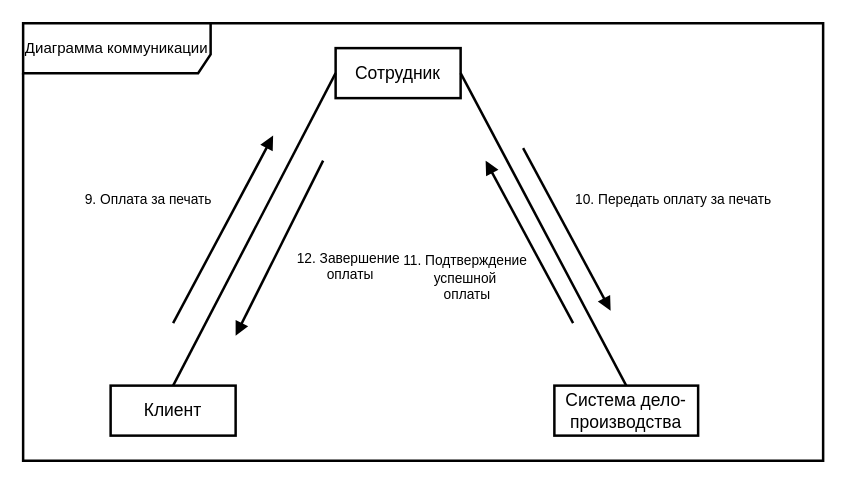
Helpmepleaseitishard/Aikms keeps this draw.io diagram as page "Page-3" (3 of 3) of 1.drawio. Above is the earlier version. Source tidied: cells renumbered, new cells numbered last; positions are measured from the earlier drawing's top-left corner, leaving out a move shared by most shapes. Both pictures are drawn from the tidied source at 125%, with x=0, y=0 at pixel (22, 22).
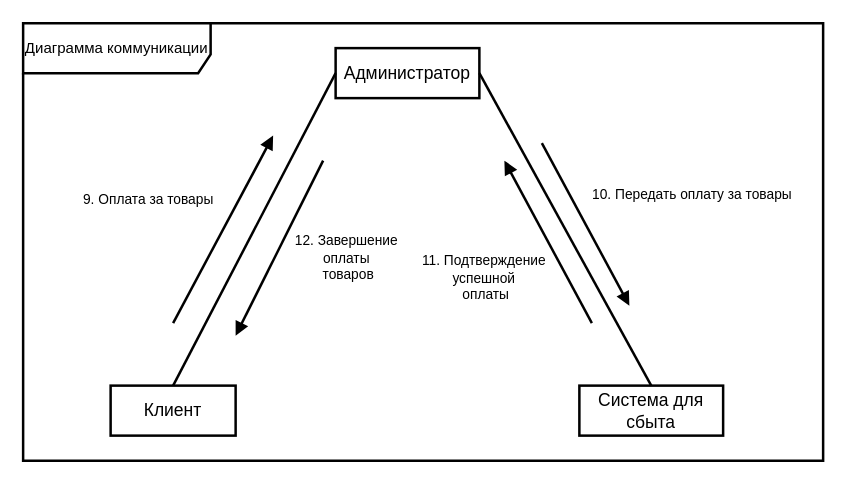
The same diagram, later.

Diff of the diagram source:
```diff
@@
 <mxGraphModel>
   <root>
     <mxCell id="0" />
     <mxCell id="1" parent="0" />
     <mxCell id="2" value="Клиент" style="html=1;whiteSpace=wrap;strokeWidth=2;fontSize=14;" parent="1" vertex="1">
       <mxGeometry x="70" y="290" width="100" height="40" as="geometry" />
     </mxCell>
-    <mxCell id="3" value="Сотрудник" style="html=1;whiteSpace=wrap;strokeWidth=2;fontSize=14;" parent="1" vertex="1">
-      <mxGeometry x="250" y="20" width="100" height="40" as="geometry" />
+    <mxCell id="3" value="Администратор" style="html=1;whiteSpace=wrap;strokeWidth=2;fontSize=14;" parent="1" vertex="1">
+      <mxGeometry x="250" y="20" width="115" height="40" as="geometry" />
     </mxCell>
-    <mxCell id="4" value="Система дело-производства" style="html=1;whiteSpace=wrap;strokeWidth=2;fontSize=14;" parent="1" vertex="1">
-      <mxGeometry x="425" y="290" width="115" height="40" as="geometry" />
+    <mxCell id="4" value="Система для сбыта" style="html=1;whiteSpace=wrap;strokeWidth=2;fontSize=14;" parent="1" vertex="1">
+      <mxGeometry x="445" y="290" width="115" height="40" as="geometry" />
     </mxCell>
     <mxCell id="5" style="html=1;verticalAlign=bottom;endArrow=none;curved=0;rounded=0;strokeWidth=2;startFill=0;entryX=0;entryY=0.5;entryDx=0;entryDy=0;exitX=0.5;exitY=0;exitDx=0;exitDy=0;" parent="1" edge="1" source="2" target="3">
       <mxGeometry relative="1" as="geometry" />
     </mxCell>
     <mxCell id="6" style="html=1;verticalAlign=bottom;endArrow=none;curved=0;rounded=0;strokeWidth=2;startFill=0;entryX=1;entryY=0.5;entryDx=0;entryDy=0;exitX=0.5;exitY=0;exitDx=0;exitDy=0;" parent="1" edge="1" source="4" target="3">
       <mxGeometry relative="1" as="geometry" />
     </mxCell>
-    <mxCell id="7" value="9. Оплата за печать" style="html=1;verticalAlign=bottom;endArrow=block;curved=0;rounded=0;strokeWidth=2;startFill=0;exitX=0.5;exitY=0;exitDx=0;exitDy=0;endFill=1;" parent="1" edge="1">
+    <mxCell id="7" value="9. Оплата за товары" style="html=1;verticalAlign=bottom;endArrow=block;curved=0;rounded=0;strokeWidth=2;startFill=0;exitX=0.5;exitY=0;exitDx=0;exitDy=0;endFill=1;" parent="1" edge="1">
       <mxGeometry x="-0.18" y="60" relative="1" as="geometry">
         <mxPoint x="120" y="240" as="sourcePoint" />
         <mxPoint x="200" y="90" as="targetPoint" />
       </mxGeometry>
     </mxCell>
-    <mxCell id="8" value="10. Передать оплату за печать" style="html=1;verticalAlign=bottom;endArrow=block;curved=0;rounded=0;strokeWidth=2;startFill=0;exitX=0.5;exitY=0;exitDx=0;exitDy=0;endFill=1;" parent="1" edge="1">
+    <mxCell id="8" value="10. Передать оплату за товары" style="html=1;verticalAlign=bottom;endArrow=block;curved=0;rounded=0;strokeWidth=2;startFill=0;exitX=0.5;exitY=0;exitDx=0;exitDy=0;endFill=1;" parent="1" edge="1">
       <mxGeometry x="0.37" y="82" relative="1" as="geometry">
-        <mxPoint x="400" y="100" as="sourcePoint" />
-        <mxPoint x="470" y="230" as="targetPoint" />
+        <mxPoint x="415" y="96" as="sourcePoint" />
+        <mxPoint x="485" y="226" as="targetPoint" />
       </mxGeometry>
     </mxCell>
     <mxCell id="9" value="&lt;div&gt;11. Подтверждение&amp;nbsp;&lt;/div&gt;&lt;div&gt;успешной&amp;nbsp;&lt;/div&gt;&lt;div&gt;оплаты&lt;/div&gt;" style="html=1;verticalAlign=bottom;endArrow=block;curved=0;rounded=0;strokeWidth=2;startFill=0;endFill=1;" parent="1" edge="1">
       <mxGeometry x="-0.29" y="68" relative="1" as="geometry">
-        <mxPoint x="440" y="240" as="sourcePoint" />
-        <mxPoint x="370" y="110" as="targetPoint" />
+        <mxPoint x="455" y="240" as="sourcePoint" />
+        <mxPoint x="385" y="110" as="targetPoint" />
       </mxGeometry>
     </mxCell>
-    <mxCell id="10" value="&lt;div&gt;12. Завершение&lt;/div&gt;&lt;div&gt;&amp;nbsp;оплаты&lt;/div&gt;" style="html=1;verticalAlign=bottom;endArrow=block;curved=0;rounded=0;strokeWidth=2;startFill=0;endFill=1;" parent="1" edge="1">
+    <mxCell id="10" value="&lt;div&gt;12. Завершение&amp;nbsp;&lt;/div&gt;&lt;div&gt;оплаты&amp;nbsp;&lt;/div&gt;&lt;div&gt;товаров&lt;/div&gt;" style="html=1;verticalAlign=bottom;endArrow=block;curved=0;rounded=0;strokeWidth=2;startFill=0;endFill=1;" parent="1" edge="1">
       <mxGeometry x="0.03" y="63" relative="1" as="geometry">
         <mxPoint x="240" y="110" as="sourcePoint" />
         <mxPoint x="170" y="250" as="targetPoint" />
         <mxPoint y="-1" as="offset" />
       </mxGeometry>
     </mxCell>
     <mxCell id="11" value="Диаграмма коммуникации" style="shape=umlFrame;whiteSpace=wrap;html=1;width=150;height=40;strokeWidth=2;" parent="1" vertex="1">
       <mxGeometry width="640" height="350" as="geometry" />
     </mxCell>
   </root>
 </mxGraphModel>
```
